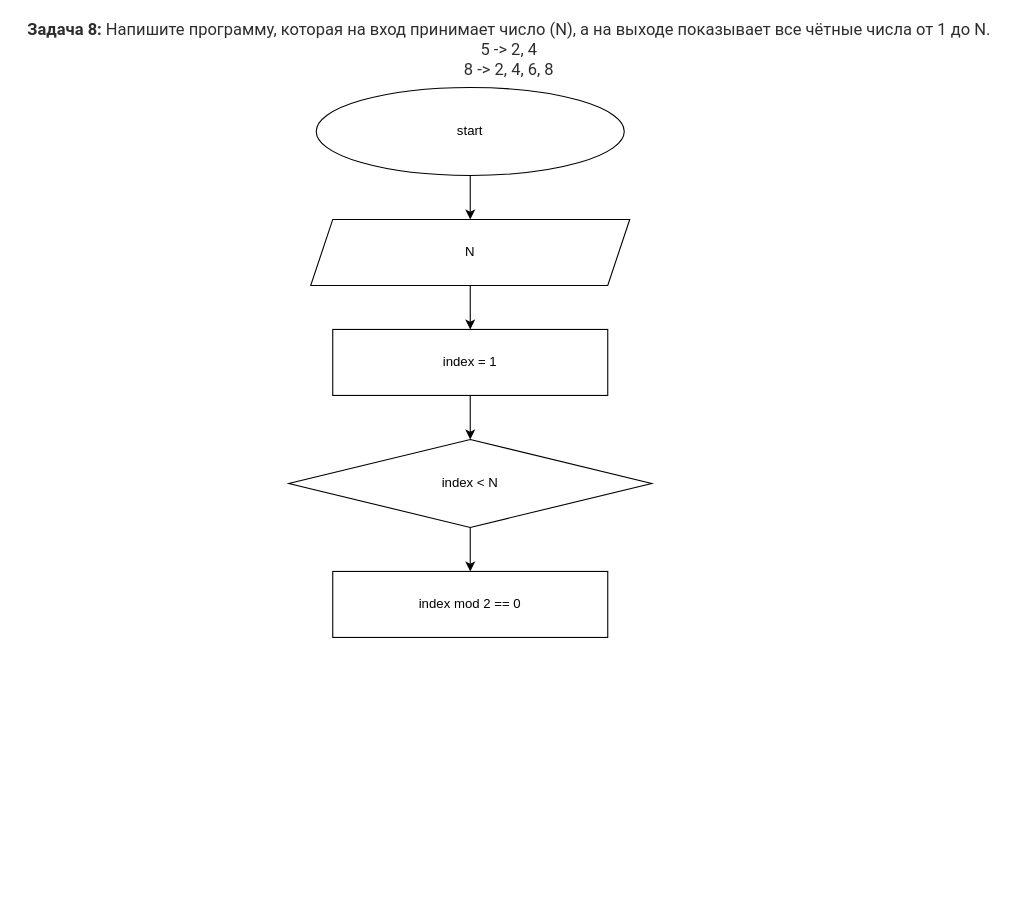
This is homework/task8/task8.drawio from krist-dmit/dotnet2, a draw.io file, before an edit. Source tidied: cells renumbered, new cells numbered last; positions are measured from the earlier drawing's top-left corner, leaving out a move shared by most shapes. Both pictures are drawn from the tidied source at 110%, with x=0, y=0 at pixel (19, 21).
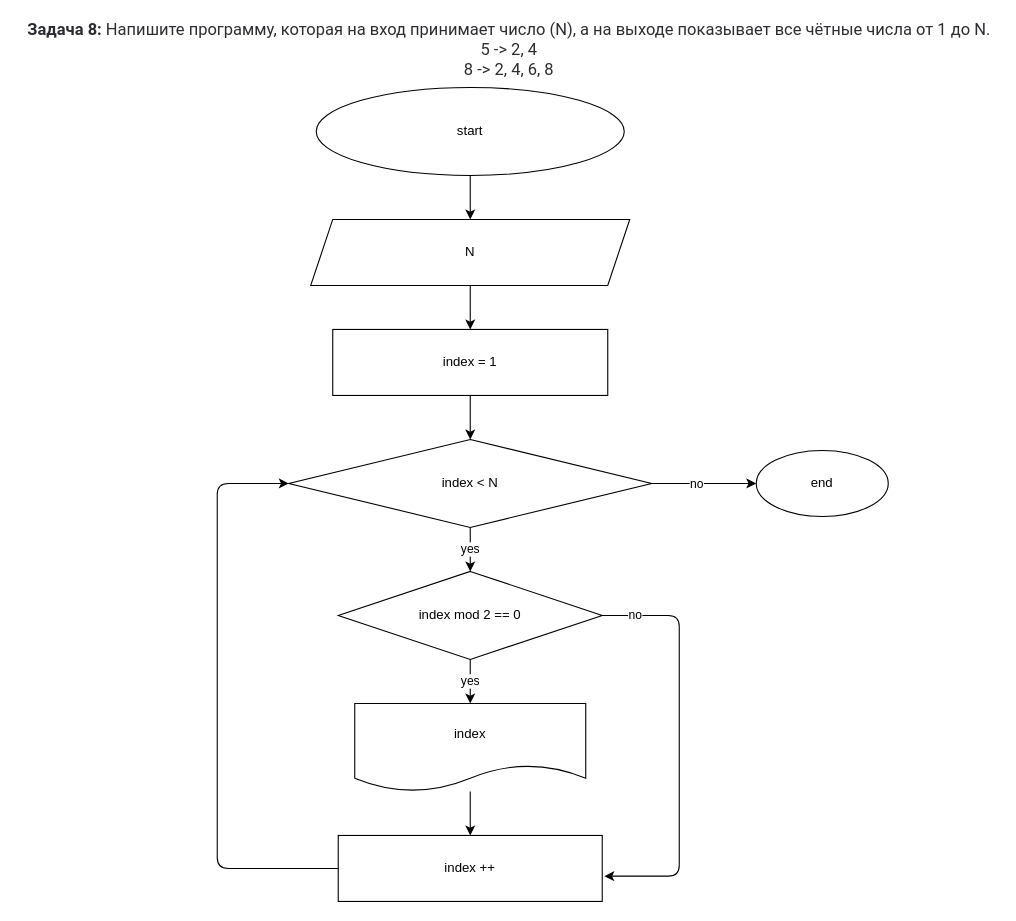
The same page after the edit.

Commit message (it also covers changes not shown here):
Добавили решение задачи 8

Unchanged cells that the change refers to:
```xml
<mxCell id="10" value="index &amp;lt; N" style="rhombus;whiteSpace=wrap;html=1;" parent="1" vertex="1">
  <mxGeometry x="245" y="380" width="330" height="80" as="geometry" />
</mxCell>
```

Change to the diagram source:
```diff
@@
-    <mxCell id="9" style="edgeStyle=none;html=1;" parent="1" edge="1" source="10" target="11">
-      <mxGeometry relative="1" as="geometry" />
+    <mxCell id="9" value="yes" style="edgeStyle=none;html=1;" parent="1" edge="1" source="10">
+      <mxGeometry relative="1" as="geometry">
+        <mxPoint x="410" y="500" as="targetPoint" />
+      </mxGeometry>
     </mxCell>
+    <mxCell id="12" style="edgeStyle=none;html=1;" parent="1" edge="1" source="10" target="20">
+      <mxGeometry relative="1" as="geometry" />
+    </mxCell>
+    <mxCell id="13" value="no" style="edgeLabel;html=1;align=center;verticalAlign=middle;" parent="12" vertex="1">
+      <mxGeometry x="-0.16" relative="1" as="geometry" />
+    </mxCell>
@@
+    <mxCell id="14" value="yes" style="edgeStyle=none;html=1;" parent="1" edge="1" source="11">
+      <mxGeometry relative="1" as="geometry">
+        <mxPoint x="410" y="620" as="targetPoint" />
+      </mxGeometry>
+    </mxCell>
+    <mxCell id="15" value="no" style="edgeStyle=none;html=1;entryX=1.008;entryY=0.617;entryDx=0;entryDy=0;entryPerimeter=0;" parent="1" edge="1" source="11" target="19">
+      <mxGeometry x="-0.84" relative="1" as="geometry">
+        <Array as="points">
+          <mxPoint x="600" y="540" />
+          <mxPoint x="600" y="660" />
+          <mxPoint x="600" y="777" />
+        </Array>
+      </mxGeometry>
+    </mxCell>
-    <mxCell id="11" value="index mod 2 == 0" style="whiteSpace=wrap;html=1;" parent="1" vertex="1">
-      <mxGeometry x="285" y="500" width="250" height="60" as="geometry" />
+    <mxCell id="11" value="&lt;span&gt;index mod 2 == 0&lt;/span&gt;" style="rhombus;whiteSpace=wrap;html=1;" parent="1" vertex="1">
+      <mxGeometry x="290" y="500" width="240" height="80" as="geometry" />
     </mxCell>
+    <mxCell id="16" style="edgeStyle=none;html=1;" parent="1" edge="1" source="17" target="19">
+      <mxGeometry relative="1" as="geometry" />
+    </mxCell>
+    <mxCell id="17" value="index" style="shape=document;whiteSpace=wrap;html=1;boundedLbl=1;" parent="1" vertex="1">
+      <mxGeometry x="305" y="620" width="210" height="80" as="geometry" />
+    </mxCell>
+    <mxCell id="18" style="edgeStyle=none;html=1;entryX=0;entryY=0.5;entryDx=0;entryDy=0;" parent="1" edge="1" source="19" target="10">
+      <mxGeometry relative="1" as="geometry">
+        <Array as="points">
+          <mxPoint x="180" y="770" />
+          <mxPoint x="180" y="420" />
+        </Array>
+      </mxGeometry>
+    </mxCell>
+    <mxCell id="19" value="index ++" style="whiteSpace=wrap;html=1;" parent="1" vertex="1">
+      <mxGeometry x="290" y="740" width="240" height="60" as="geometry" />
+    </mxCell>
+    <mxCell id="20" value="end" style="ellipse;whiteSpace=wrap;html=1;" parent="1" vertex="1">
+      <mxGeometry x="670" y="390" width="120" height="60" as="geometry" />
+    </mxCell>
```
